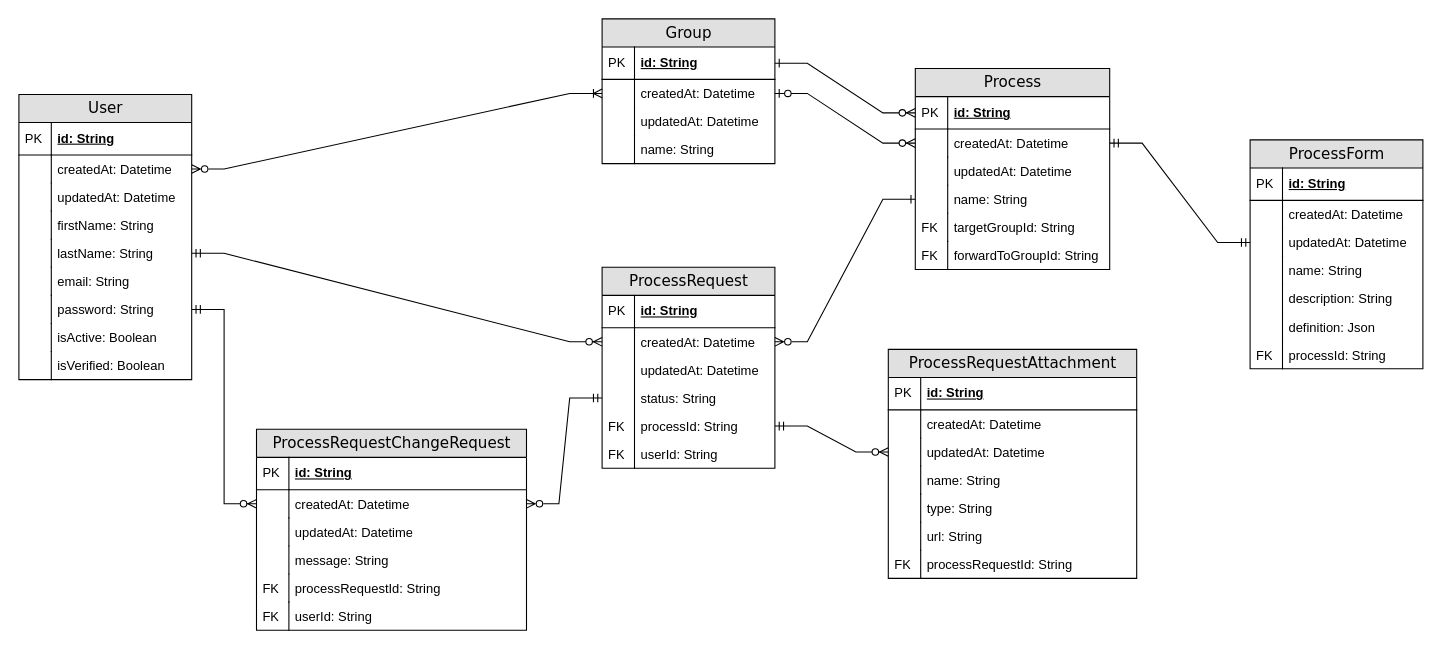
Before: docs/Entity Relationship Diagram.drawio in JoaoG250/saapie, a draw.io diagram. Source tidied: cells renumbered, new cells numbered last; positions are measured from the earlier drawing's top-left corner, leaving out a move shared by most shapes. Both pictures are drawn from the tidied source at 108%, with x=0, y=0 at pixel (18, 18).
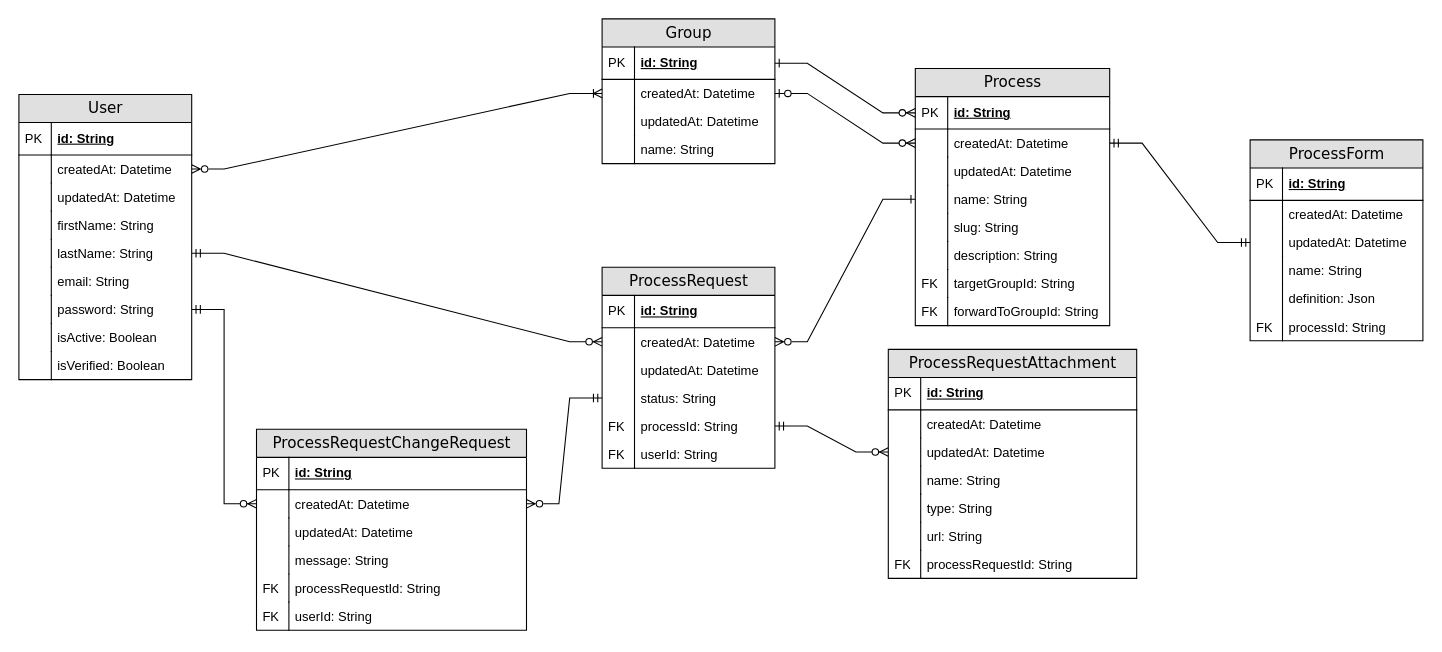
The same page after the edit.

Change to the diagram source:
```diff
@@
     <mxCell id="30" value="Process" style="swimlane;html=1;fontStyle=0;horizontal=1;startSize=26;fillColor=#e0e0e0;swimlaneFillColor=#ffffff;align=center;rounded=0;shadow=0;comic=0;labelBackgroundColor=none;strokeWidth=1;fontFamily=Verdana;fontSize=14;swimlaneLine=1;" parent="1" vertex="1">
-      <mxGeometry x="830" y="46" width="180" height="186" as="geometry" />
+      <mxGeometry x="830" y="46" width="180" height="238" as="geometry" />
     </mxCell>
@@
+    <mxCell id="108" value="slug: String" style="shape=partialRectangle;top=0;left=0;right=0;bottom=0;html=1;align=left;verticalAlign=top;fillColor=none;spacingLeft=34;spacingRight=4;whiteSpace=wrap;overflow=hidden;" parent="30" vertex="1">
+      <mxGeometry y="134" width="180" height="26" as="geometry" />
+    </mxCell>
+    <mxCell id="109" style="shape=partialRectangle;top=0;left=0;bottom=0;html=1;fillColor=none;align=left;verticalAlign=top;spacingLeft=4;spacingRight=4;whiteSpace=wrap;overflow=hidden;" parent="108" vertex="1">
+      <mxGeometry width="30" height="26" as="geometry" />
+    </mxCell>
+    <mxCell id="86" value="description: String" style="shape=partialRectangle;top=0;left=0;right=0;bottom=0;html=1;align=left;verticalAlign=top;fillColor=none;spacingLeft=34;spacingRight=4;whiteSpace=wrap;overflow=hidden;" parent="30" vertex="1">
+      <mxGeometry y="160" width="180" height="26" as="geometry" />
+    </mxCell>
+    <mxCell id="110" style="shape=partialRectangle;top=0;left=0;bottom=0;html=1;fillColor=none;align=left;verticalAlign=top;spacingLeft=4;spacingRight=4;whiteSpace=wrap;overflow=hidden;" parent="86" vertex="1">
+      <mxGeometry width="30" height="26" as="geometry" />
+    </mxCell>
     <mxCell id="39" value="targetGroupId: String" style="shape=partialRectangle;top=0;left=0;right=0;bottom=0;html=1;align=left;verticalAlign=top;fillColor=none;spacingLeft=34;spacingRight=4;whiteSpace=wrap;overflow=hidden;" parent="30" vertex="1">
-      <mxGeometry y="134" width="180" height="26" as="geometry" />
+      <mxGeometry y="186" width="180" height="26" as="geometry" />
     </mxCell>
@@
     <mxCell id="41" value="forwardToGroupId: String" style="shape=partialRectangle;top=0;left=0;right=0;bottom=0;html=1;align=left;verticalAlign=top;fillColor=none;spacingLeft=34;spacingRight=4;whiteSpace=wrap;overflow=hidden;" parent="30" vertex="1">
-      <mxGeometry y="160" width="180" height="26" as="geometry" />
+      <mxGeometry y="212" width="180" height="26" as="geometry" />
     </mxCell>
@@
     <mxCell id="77" value="ProcessForm" style="swimlane;html=1;fontStyle=0;horizontal=1;startSize=26;fillColor=#e0e0e0;swimlaneFillColor=#ffffff;align=center;rounded=0;shadow=0;comic=0;labelBackgroundColor=none;strokeWidth=1;fontFamily=Verdana;fontSize=14;swimlaneLine=1;" parent="1" vertex="1">
-      <mxGeometry x="1140" y="112" width="160" height="212" as="geometry" />
+      <mxGeometry x="1140" y="112" width="160" height="186" as="geometry" />
     </mxCell>
@@
-    <mxCell id="86" value="description: String" style="shape=partialRectangle;top=0;left=0;right=0;bottom=0;html=1;align=left;verticalAlign=top;fillColor=none;spacingLeft=34;spacingRight=4;whiteSpace=wrap;overflow=hidden;" parent="77" vertex="1">
-      <mxGeometry y="134" width="160" height="26" as="geometry" />
-    </mxCell>
-    <mxCell id="87" style="shape=partialRectangle;top=0;left=0;bottom=0;html=1;fillColor=none;align=left;verticalAlign=top;spacingLeft=4;spacingRight=4;whiteSpace=wrap;overflow=hidden;" parent="86" vertex="1">
-      <mxGeometry width="30" height="26" as="geometry" />
-    </mxCell>
     <mxCell id="88" value="definition: Json" style="shape=partialRectangle;top=0;left=0;right=0;bottom=0;html=1;align=left;verticalAlign=top;fillColor=none;spacingLeft=34;spacingRight=4;whiteSpace=wrap;overflow=hidden;" parent="77" vertex="1">
-      <mxGeometry y="160" width="160" height="26" as="geometry" />
+      <mxGeometry y="134" width="160" height="26" as="geometry" />
     </mxCell>
@@
     <mxCell id="90" value="processId: String" style="shape=partialRectangle;top=0;left=0;right=0;bottom=0;html=1;align=left;verticalAlign=top;fillColor=none;spacingLeft=34;spacingRight=4;whiteSpace=wrap;overflow=hidden;" parent="77" vertex="1">
-      <mxGeometry y="186" width="160" height="26" as="geometry" />
+      <mxGeometry y="160" width="160" height="26" as="geometry" />
     </mxCell>
```
